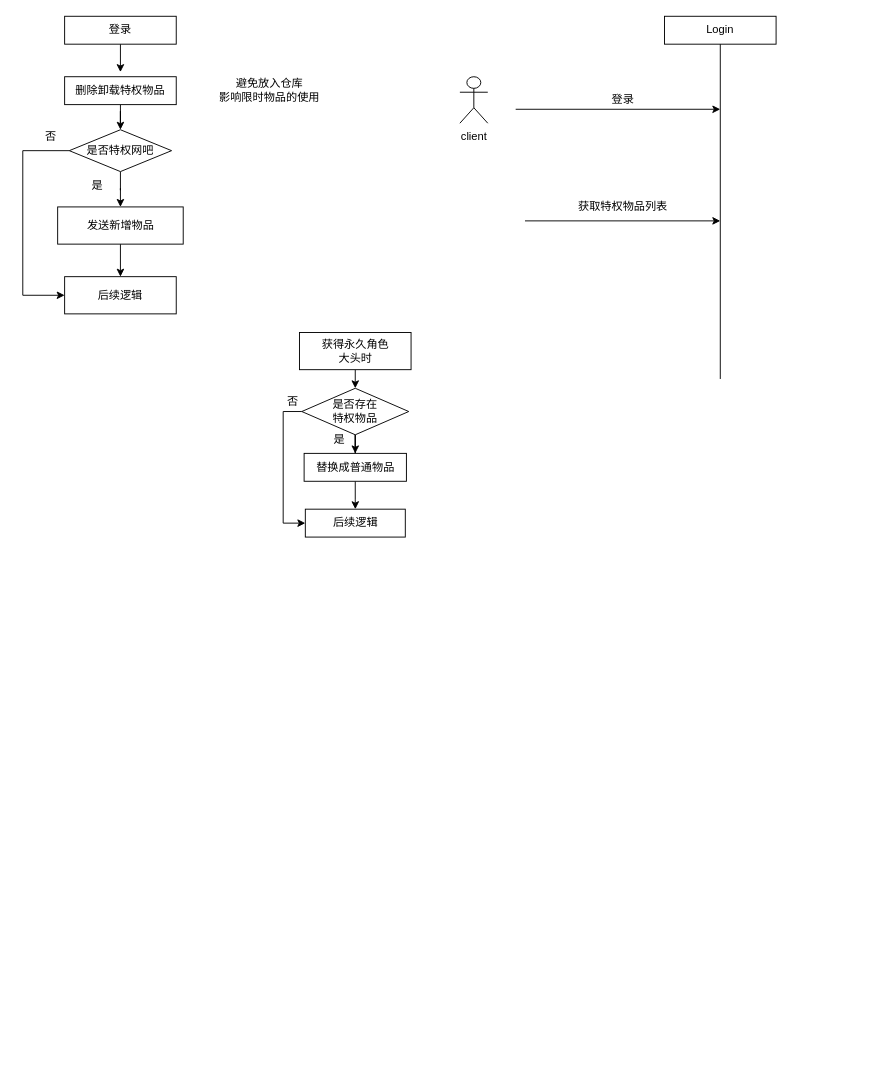
The draw.io diagram SSJJ2/网吧特权.drawio in Ordertiny/graph, before the edit. Source tidied: cells renumbered, new cells numbered last; positions are measured from the earlier drawing's top-left corner, leaving out a move shared by most shapes. Both pictures are drawn from the tidied source at 93%, with x=0, y=0 at pixel (22, 16).
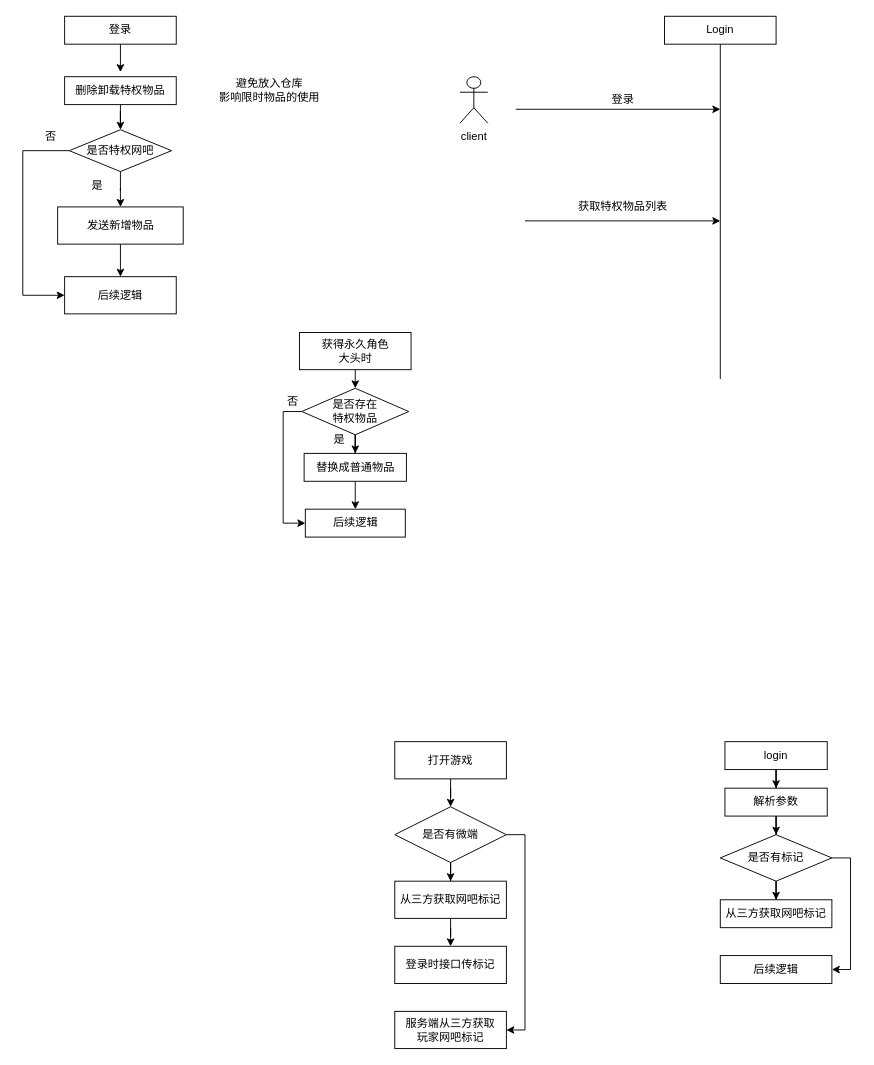
Above is the later version.

Commit message:
更新网吧特权.drawio

What changed in the source:
```diff
@@
+    <mxCell id="32" style="edgeStyle=orthogonalEdgeStyle;rounded=0;jettySize=auto;html=1;" parent="1" edge="1" source="33" target="36">
+      <mxGeometry relative="1" as="geometry" />
+    </mxCell>
+    <mxCell id="33" value="打开游戏" style="rounded=0;whiteSpace=wrap;html=1;" parent="1" vertex="1">
+      <mxGeometry x="400" y="780" width="120" height="40" as="geometry" />
+    </mxCell>
+    <mxCell id="34" style="edgeStyle=orthogonalEdgeStyle;rounded=0;jettySize=auto;html=1;exitX=1;exitY=0.5;exitDx=0;exitDy=0;entryX=1;entryY=0.5;entryDx=0;entryDy=0;" parent="1" edge="1" source="36" target="40">
+      <mxGeometry relative="1" as="geometry" />
+    </mxCell>
+    <mxCell id="35" style="edgeStyle=orthogonalEdgeStyle;rounded=0;jettySize=auto;html=1;exitX=0.5;exitY=1;exitDx=0;exitDy=0;" parent="1" edge="1" source="36" target="38">
+      <mxGeometry relative="1" as="geometry" />
+    </mxCell>
+    <mxCell id="36" value="是否有微端" style="rhombus;whiteSpace=wrap;html=1;" parent="1" vertex="1">
+      <mxGeometry x="400" y="850" width="120" height="60" as="geometry" />
+    </mxCell>
+    <mxCell id="37" style="edgeStyle=orthogonalEdgeStyle;rounded=0;jettySize=auto;html=1;exitX=0.5;exitY=1;exitDx=0;exitDy=0;" parent="1" edge="1" source="38" target="39">
+      <mxGeometry relative="1" as="geometry" />
+    </mxCell>
+    <mxCell id="38" value="从三方获取网吧标记" style="rounded=0;whiteSpace=wrap;html=1;" parent="1" vertex="1">
+      <mxGeometry x="400" y="930" width="120" height="40" as="geometry" />
+    </mxCell>
+    <mxCell id="39" value="登录时接口传标记" style="rounded=0;whiteSpace=wrap;html=1;" parent="1" vertex="1">
+      <mxGeometry x="400" y="1000" width="120" height="40" as="geometry" />
+    </mxCell>
+    <mxCell id="40" value="服务端从三方获取&lt;br&gt;玩家网吧标记" style="whiteSpace=wrap;html=1;" parent="1" vertex="1">
+      <mxGeometry x="400" y="1070" width="120" height="40" as="geometry" />
+    </mxCell>
+    <mxCell id="41" style="edgeStyle=orthogonalEdgeStyle;rounded=0;jettySize=auto;html=1;exitX=0.5;exitY=1;exitDx=0;exitDy=0;" parent="1" edge="1" source="42" target="44">
+      <mxGeometry relative="1" as="geometry" />
+    </mxCell>
+    <mxCell id="42" value="login" style="whiteSpace=wrap;html=1;" parent="1" vertex="1">
+      <mxGeometry x="755" y="780" width="110" height="30" as="geometry" />
+    </mxCell>
+    <mxCell id="43" style="edgeStyle=orthogonalEdgeStyle;rounded=0;jettySize=auto;html=1;exitX=0.5;exitY=1;exitDx=0;exitDy=0;" parent="1" edge="1" source="44" target="47">
+      <mxGeometry relative="1" as="geometry" />
+    </mxCell>
+    <mxCell id="44" value="解析参数" style="whiteSpace=wrap;html=1;" parent="1" vertex="1">
+      <mxGeometry x="755" y="830" width="110" height="30" as="geometry" />
+    </mxCell>
+    <mxCell id="45" style="edgeStyle=orthogonalEdgeStyle;rounded=0;jettySize=auto;html=1;exitX=0.5;exitY=1;exitDx=0;exitDy=0;" parent="1" edge="1" source="47" target="48">
+      <mxGeometry relative="1" as="geometry" />
+    </mxCell>
+    <mxCell id="46" style="edgeStyle=orthogonalEdgeStyle;rounded=0;jettySize=auto;html=1;exitX=1;exitY=0.5;exitDx=0;exitDy=0;entryX=1;entryY=0.5;entryDx=0;entryDy=0;" parent="1" edge="1" source="47" target="49">
+      <mxGeometry relative="1" as="geometry" />
+    </mxCell>
+    <mxCell id="47" value="是否有标记" style="rhombus;whiteSpace=wrap;html=1;" parent="1" vertex="1">
+      <mxGeometry x="750" y="880" width="120" height="50" as="geometry" />
+    </mxCell>
+    <mxCell id="48" value="从三方获取网吧标记" style="whiteSpace=wrap;html=1;" parent="1" vertex="1">
+      <mxGeometry x="750" y="950" width="120" height="30" as="geometry" />
+    </mxCell>
+    <mxCell id="49" value="后续逻辑" style="whiteSpace=wrap;html=1;" parent="1" vertex="1">
+      <mxGeometry x="750" y="1010" width="120" height="30" as="geometry" />
+    </mxCell>
```
